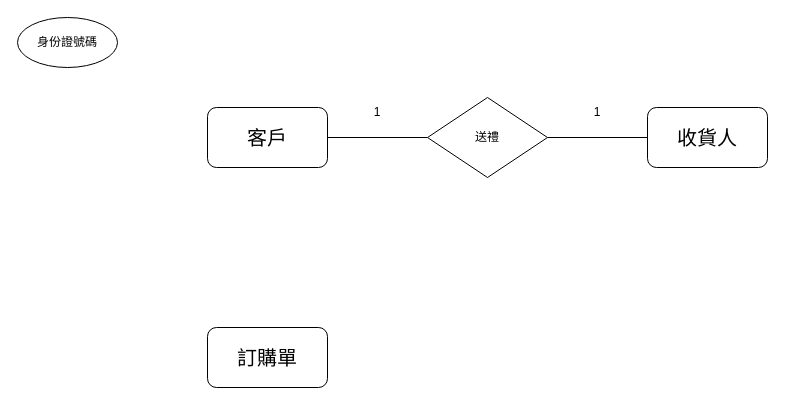
Earlier version of the draw.io diagram 原豆.drawio (Yohanewww/-). Source tidied: cells renumbered, new cells numbered last; positions are measured from the earlier drawing's top-left corner, leaving out a move shared by most shapes. Both pictures are drawn from the tidied source at 100%, with x=0, y=0 at pixel (17, 17).
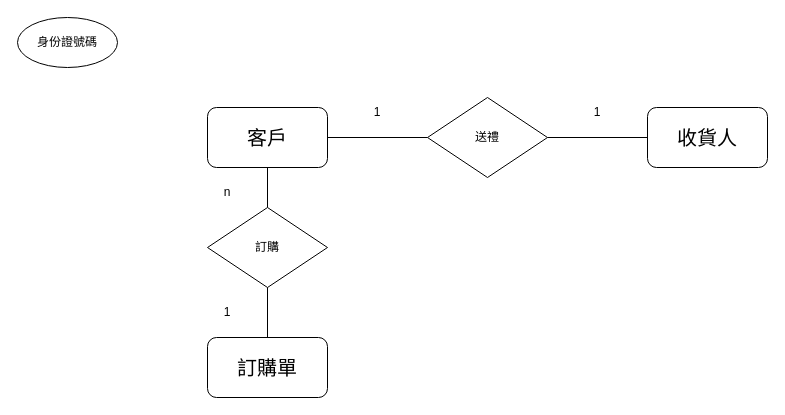
After the change.

Change to the diagram source:
```diff
@@
 <mxGraphModel>
   <root>
     <mxCell id="0" />
     <mxCell id="1" parent="0" />
     <mxCell id="2" value="&lt;font style=&quot;font-size: 20px;&quot;&gt;客戶&lt;/font&gt;" style="rounded=1;whiteSpace=wrap;html=1;" parent="1" vertex="1">
       <mxGeometry x="190" y="90" width="120" height="60" as="geometry" />
     </mxCell>
     <mxCell id="3" value="&lt;font style=&quot;font-size: 20px;&quot;&gt;收貨人&lt;/font&gt;" style="rounded=1;whiteSpace=wrap;html=1;" parent="1" vertex="1">
       <mxGeometry x="630" y="90" width="120" height="60" as="geometry" />
     </mxCell>
     <mxCell id="4" value="身份證號碼" style="ellipse;whiteSpace=wrap;html=1;" parent="1" vertex="1">
       <mxGeometry width="100" height="50" as="geometry" />
     </mxCell>
     <mxCell id="5" value="送禮" style="rhombus;whiteSpace=wrap;html=1;" parent="1" vertex="1">
       <mxGeometry x="410" y="80" width="120" height="80" as="geometry" />
     </mxCell>
     <mxCell id="6" style="endArrow=none;html=1;rounded=0;exitX=1;exitY=0.5;exitDx=0;exitDy=0;entryX=0;entryY=0.5;entryDx=0;entryDy=0;" parent="1" edge="1" source="2" target="5">
       <mxGeometry relative="1" as="geometry" />
     </mxCell>
     <mxCell id="7" style="endArrow=none;html=1;rounded=0;exitX=1;exitY=0.5;exitDx=0;exitDy=0;entryX=0;entryY=0.5;entryDx=0;entryDy=0;" parent="1" edge="1" source="5" target="3">
       <mxGeometry relative="1" as="geometry" />
     </mxCell>
     <mxCell id="8" value="1" style="text;html=1;strokeColor=none;fillColor=none;align=center;verticalAlign=middle;whiteSpace=wrap;rounded=0;" parent="1" vertex="1">
       <mxGeometry x="330" y="80" width="60" height="30" as="geometry" />
     </mxCell>
     <mxCell id="9" value="1" style="text;html=1;strokeColor=none;fillColor=none;align=center;verticalAlign=middle;whiteSpace=wrap;rounded=0;" parent="1" vertex="1">
       <mxGeometry x="550" y="80" width="60" height="30" as="geometry" />
     </mxCell>
     <mxCell id="10" value="&lt;font style=&quot;font-size: 20px;&quot;&gt;訂購單&lt;/font&gt;" style="rounded=1;whiteSpace=wrap;html=1;" parent="1" vertex="1">
-      <mxGeometry x="190" y="310" width="120" height="60" as="geometry" />
+      <mxGeometry x="190" y="320" width="120" height="60" as="geometry" />
     </mxCell>
+    <mxCell id="11" value="訂購" style="rhombus;whiteSpace=wrap;html=1;" parent="1" vertex="1">
+      <mxGeometry x="190" y="190" width="120" height="80" as="geometry" />
+    </mxCell>
+    <mxCell id="12" style="endArrow=none;html=1;rounded=0;exitX=0.5;exitY=1;exitDx=0;exitDy=0;entryX=0.5;entryY=0;entryDx=0;entryDy=0;" parent="1" edge="1" source="2" target="11">
+      <mxGeometry relative="1" as="geometry" />
+    </mxCell>
+    <mxCell id="13" style="endArrow=none;html=1;rounded=0;exitX=0.5;exitY=1;exitDx=0;exitDy=0;entryX=0.5;entryY=0;entryDx=0;entryDy=0;" parent="1" edge="1" source="11" target="10">
+      <mxGeometry relative="1" as="geometry" />
+    </mxCell>
+    <mxCell id="14" value="n" style="text;html=1;strokeColor=none;fillColor=none;align=center;verticalAlign=middle;whiteSpace=wrap;rounded=0;" parent="1" vertex="1">
+      <mxGeometry x="180" y="160" width="60" height="30" as="geometry" />
+    </mxCell>
+    <mxCell id="15" value="1" style="text;html=1;strokeColor=none;fillColor=none;align=center;verticalAlign=middle;whiteSpace=wrap;rounded=0;" parent="1" vertex="1">
+      <mxGeometry x="180" y="280" width="60" height="30" as="geometry" />
+    </mxCell>
   </root>
 </mxGraphModel>
```
